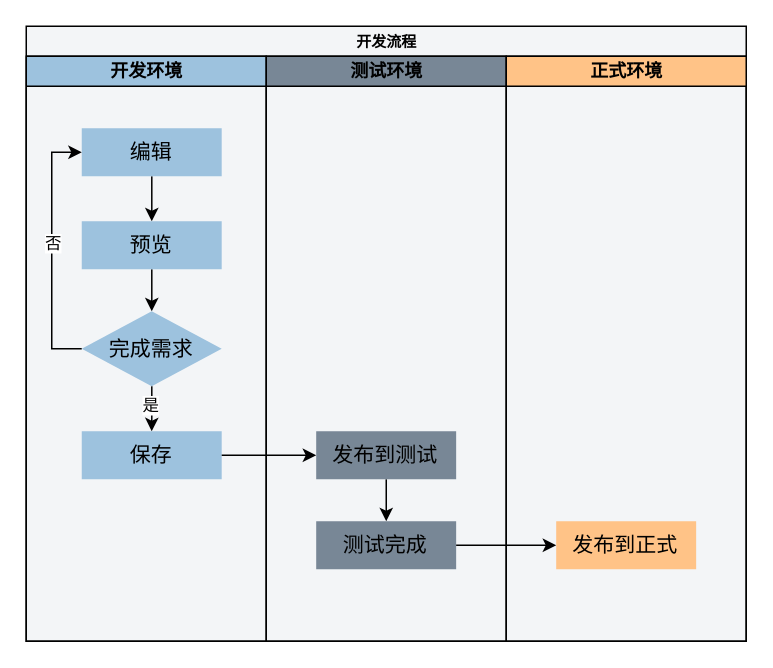
This is flow.drawio from ning2090/flow, a draw.io file, before an edit. Source tidied: cells renumbered, new cells numbered last; positions are measured from the earlier drawing's top-left corner, leaving out a move shared by most shapes. Both pictures are drawn from the tidied source at 150%, with x=0, y=0 at pixel (26, 26).
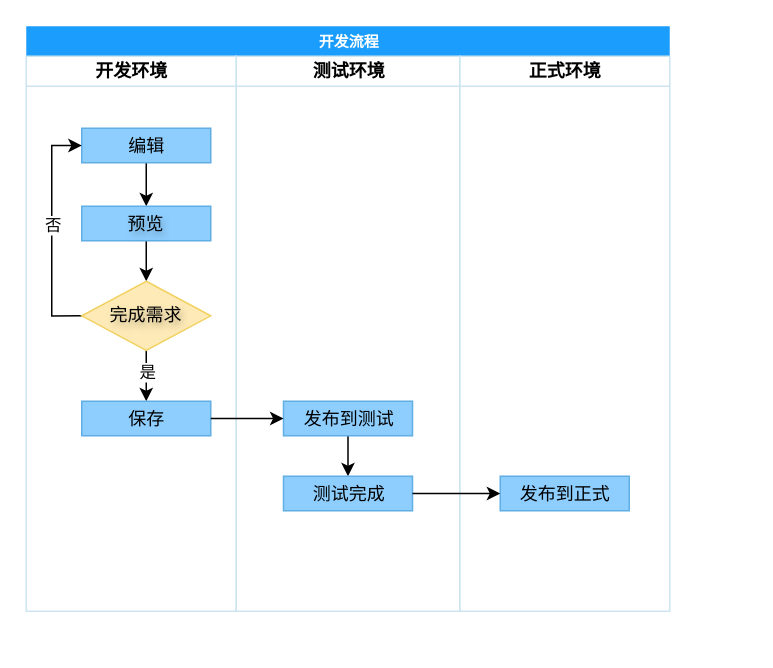
Above is the later version.

What changed in the source:
```diff
@@
-    <mxCell id="2" value="&lt;font style=&quot;font-size: 10px;&quot;&gt;开发流程&lt;/font&gt;" style="swimlane;html=1;startSize=20;rounded=0;shadow=0;labelBackgroundColor=none;strokeWidth=1;fontFamily=Verdana;fontSize=8;align=center;fillColor=#f3f5f7;strokeColor=default;swimlaneFillColor=#f3f5f7;" parent="1" vertex="1">
-      <mxGeometry width="480" height="410" as="geometry" />
+    <mxCell id="2" value="&lt;font color=&quot;#ffffff&quot; style=&quot;font-size: 10px;&quot;&gt;开发流程&lt;/font&gt;" style="swimlane;html=1;startSize=20;rounded=0;shadow=0;labelBackgroundColor=none;strokeWidth=1;fontFamily=Verdana;fontSize=8;align=center;fillColor=#1b9dfd;strokeColor=none;swimlaneFillColor=default;" parent="1" vertex="1">
+      <mxGeometry width="429" height="390" as="geometry" />
     </mxCell>
-    <mxCell id="3" value="&lt;font style=&quot;font-size: 12px;&quot;&gt;开发环境&lt;/font&gt;" style="swimlane;html=1;startSize=20;fillColor=#9DC2DE;" parent="2" vertex="1">
-      <mxGeometry y="20" width="160" height="390" as="geometry" />
+    <mxCell id="3" value="&lt;font style=&quot;font-size: 12px;&quot;&gt;开发环境&lt;/font&gt;" style="swimlane;html=1;startSize=20;fillColor=default;fontColor=#000000;strokeColor=#CDE5F0;" parent="2" vertex="1">
+      <mxGeometry y="20" width="140" height="370" as="geometry" />
     </mxCell>
@@
-    <mxCell id="5" value="&lt;font style=&quot;font-size: 14px;&quot;&gt;编辑&lt;/font&gt;" style="rounded=0;whiteSpace=wrap;html=1;shadow=0;labelBackgroundColor=none;strokeWidth=1;fontFamily=Verdana;fontSize=8;align=center;strokeColor=none;fillColor=#9DC2DE;" parent="3" vertex="1">
-      <mxGeometry x="37" y="48" width="93.3" height="32" as="geometry" />
+    <mxCell id="5" value="&lt;font style=&quot;font-size: 12px;&quot;&gt;编辑&lt;/font&gt;" style="rounded=0;html=1;shadow=0;labelBackgroundColor=none;strokeWidth=1;fontFamily=Verdana;fontSize=12;align=center;strokeColor=#60aee3;fillColor=#8ecefe;fontColor=#000000;" parent="3" vertex="1">
+      <mxGeometry x="37" y="48" width="86" height="23" as="geometry" />
     </mxCell>
-    <mxCell id="6" style="edgeStyle=orthogonalEdgeStyle;rounded=0;jettySize=auto;html=1;" parent="3" edge="1" source="7" target="12">
+    <mxCell id="6" style="edgeStyle=orthogonalEdgeStyle;rounded=0;jettySize=auto;html=1;strokeColor=#000000;" parent="3" edge="1" source="7" target="12">
       <mxGeometry relative="1" as="geometry" />
     </mxCell>
-    <mxCell id="7" value="&lt;font style=&quot;font-size: 14px;&quot;&gt;预览&lt;/font&gt;" style="rounded=0;whiteSpace=wrap;html=1;shadow=0;labelBackgroundColor=none;strokeWidth=1;fontFamily=Verdana;fontSize=8;align=center;glass=0;strokeColor=none;fillColor=#9DC2DE;" parent="3" vertex="1">
-      <mxGeometry x="37" y="110" width="93.3" height="32" as="geometry" />
+    <mxCell id="7" value="&lt;font style=&quot;font-size: 12px;&quot;&gt;预览&lt;/font&gt;" style="rounded=0;whiteSpace=wrap;html=1;shadow=0;labelBackgroundColor=none;strokeWidth=1;fontFamily=Verdana;fontSize=12;align=center;glass=0;strokeColor=#60AEE3;fillColor=#8ECEFE;textShadow=1;fontColor=#000000;" parent="3" vertex="1">
+      <mxGeometry x="37" y="100" width="86" height="23" as="geometry" />
     </mxCell>
-    <mxCell id="8" style="edgeStyle=orthogonalEdgeStyle;rounded=0;jettySize=auto;html=1;entryX=0.5;entryY=0;entryDx=0;entryDy=0;" parent="3" edge="1" source="12" target="13">
+    <mxCell id="8" style="edgeStyle=orthogonalEdgeStyle;rounded=0;jettySize=auto;html=1;" parent="3" edge="1" source="12" target="13">
       <mxGeometry relative="1" as="geometry" />
     </mxCell>
     <mxCell id="9" value="是" style="edgeLabel;html=1;align=center;verticalAlign=middle;" parent="8" vertex="1">
-      <mxGeometry x="-0.16" y="-1" relative="1" as="geometry" />
+      <mxGeometry x="-0.16" y="-1" relative="1" as="geometry">
+        <mxPoint x="1" y="-5" as="offset" />
+      </mxGeometry>
     </mxCell>
@@
-    <mxCell id="12" value="&lt;font style=&quot;font-size: 14px;&quot;&gt;完成需求&lt;/font&gt;" style="rhombus;whiteSpace=wrap;html=1;rounded=0;shadow=0;labelBackgroundColor=none;strokeWidth=1;fontFamily=Verdana;fontSize=8;align=center;strokeColor=none;fillColor=#9DC2DE;" parent="3" vertex="1">
-      <mxGeometry x="37" y="170" width="93.3" height="50" as="geometry" />
+    <mxCell id="12" value="&lt;font style=&quot;font-size: 12px;&quot;&gt;完成需求&lt;/font&gt;" style="rhombus;whiteSpace=wrap;html=1;rounded=0;shadow=0;labelBackgroundColor=none;strokeWidth=1;fontFamily=Verdana;fontSize=12;align=center;strokeColor=#f1d160;fillColor=#feeab7;textShadow=1;fontColor=#000000;" parent="3" vertex="1">
+      <mxGeometry x="37" y="150" width="86" height="46.1" as="geometry" />
     </mxCell>
-    <mxCell id="13" value="&lt;span style=&quot;font-size: 14px;&quot;&gt;保存&lt;/span&gt;" style="rounded=0;whiteSpace=wrap;html=1;shadow=0;labelBackgroundColor=none;strokeWidth=1;fontFamily=Verdana;fontSize=8;align=center;glass=0;strokeColor=none;fillColor=#9DC2DE;" parent="3" vertex="1">
-      <mxGeometry x="37" y="250" width="93.3" height="32" as="geometry" />
+    <mxCell id="13" value="&lt;font style=&quot;font-size: 12px;&quot;&gt;保存&lt;/font&gt;" style="rounded=0;html=1;shadow=0;labelBackgroundColor=none;strokeWidth=1;fontFamily=Verdana;fontSize=12;align=center;strokeColor=#60AEE3;fillColor=#8ECEFE;fontColor=#000000;" parent="3" vertex="1">
+      <mxGeometry x="37" y="230" width="86" height="23" as="geometry" />
     </mxCell>
-    <mxCell id="14" value="测试环境" style="swimlane;html=1;startSize=20;fillColor=#788796;" parent="2" vertex="1">
-      <mxGeometry x="160" y="20" width="160" height="390" as="geometry" />
+    <mxCell id="14" value="测试环境" style="swimlane;html=1;startSize=20;fillColor=none;fontColor=#000000;strokeColor=#CDE5F0;" parent="2" vertex="1">
+      <mxGeometry x="140" y="20" width="149" height="370" as="geometry" />
     </mxCell>
@@
-    <mxCell id="16" value="&lt;span style=&quot;font-size: 14px;&quot;&gt;发布到测试&lt;/span&gt;" style="rounded=0;whiteSpace=wrap;html=1;shadow=0;labelBackgroundColor=none;strokeWidth=1;fontFamily=Verdana;fontSize=8;align=center;glass=0;fillColor=#788796;strokeColor=none;" parent="14" vertex="1">
-      <mxGeometry x="33.3" y="250" width="93.3" height="32" as="geometry" />
+    <mxCell id="16" value="发布到测试" style="rounded=0;html=1;shadow=0;labelBackgroundColor=none;strokeWidth=1;fontFamily=Verdana;fontSize=12;align=center;strokeColor=#60AEE3;fillColor=#8ECEFE;fontColor=#000000;" parent="14" vertex="1">
+      <mxGeometry x="31.5" y="230" width="86" height="23" as="geometry" />
     </mxCell>
-    <mxCell id="17" value="&lt;span style=&quot;font-size: 14px;&quot;&gt;测试完成&lt;/span&gt;" style="rounded=0;whiteSpace=wrap;html=1;shadow=0;labelBackgroundColor=none;strokeWidth=1;fontFamily=Verdana;fontSize=8;align=center;glass=0;strokeColor=none;fillColor=#788796;" parent="14" vertex="1">
-      <mxGeometry x="33.3" y="310" width="93.3" height="32" as="geometry" />
+    <mxCell id="17" value="测试完成" style="rounded=0;html=1;shadow=0;labelBackgroundColor=none;strokeWidth=1;fontFamily=Verdana;fontSize=12;align=center;strokeColor=#60AEE3;fillColor=#8ECEFE;fontColor=#000000;" parent="14" vertex="1">
+      <mxGeometry x="31.5" y="280" width="86" height="23" as="geometry" />
     </mxCell>
-    <mxCell id="18" value="正式环境" style="swimlane;html=1;startSize=20;fillColor=#FFC387;" parent="2" vertex="1">
-      <mxGeometry x="320" y="20" width="160" height="390" as="geometry" />
+    <mxCell id="18" value="正式环境" style="swimlane;html=1;startSize=20;fillColor=none;fontColor=#000000;strokeColor=#CDE5F0;" parent="2" vertex="1">
+      <mxGeometry x="289" y="20" width="140" height="370" as="geometry" />
     </mxCell>
-    <mxCell id="19" value="&lt;span style=&quot;font-size: 14px;&quot;&gt;发布到正式&lt;/span&gt;" style="rounded=0;whiteSpace=wrap;html=1;shadow=0;labelBackgroundColor=none;strokeWidth=1;fontFamily=Verdana;fontSize=8;align=center;glass=0;strokeColor=none;fillColor=#FFC387;" parent="18" vertex="1">
-      <mxGeometry x="33.3" y="310" width="93.3" height="32" as="geometry" />
+    <mxCell id="19" value="发布到正式" style="rounded=0;html=1;shadow=0;labelBackgroundColor=none;strokeWidth=1;fontFamily=Verdana;fontSize=12;align=center;strokeColor=#60AEE3;fillColor=#8ECEFE;fontColor=#000000;" parent="18" vertex="1">
+      <mxGeometry x="27" y="280" width="86" height="23" as="geometry" />
     </mxCell>
```
